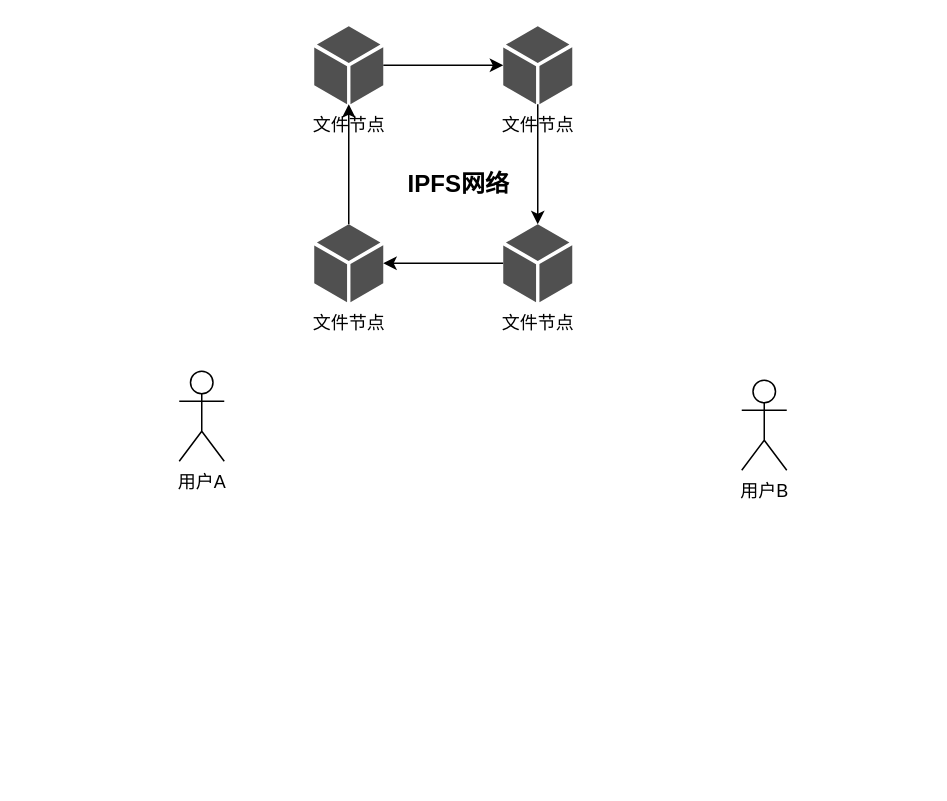
Before: code.drawio in threewebcode/mystack, a draw.io diagram. Source tidied: cells renumbered, new cells numbered last; positions are measured from the earlier drawing's top-left corner, leaving out a move shared by most shapes. Both pictures are drawn from the tidied source at 150%, with x=0, y=0 at pixel (178, 26).
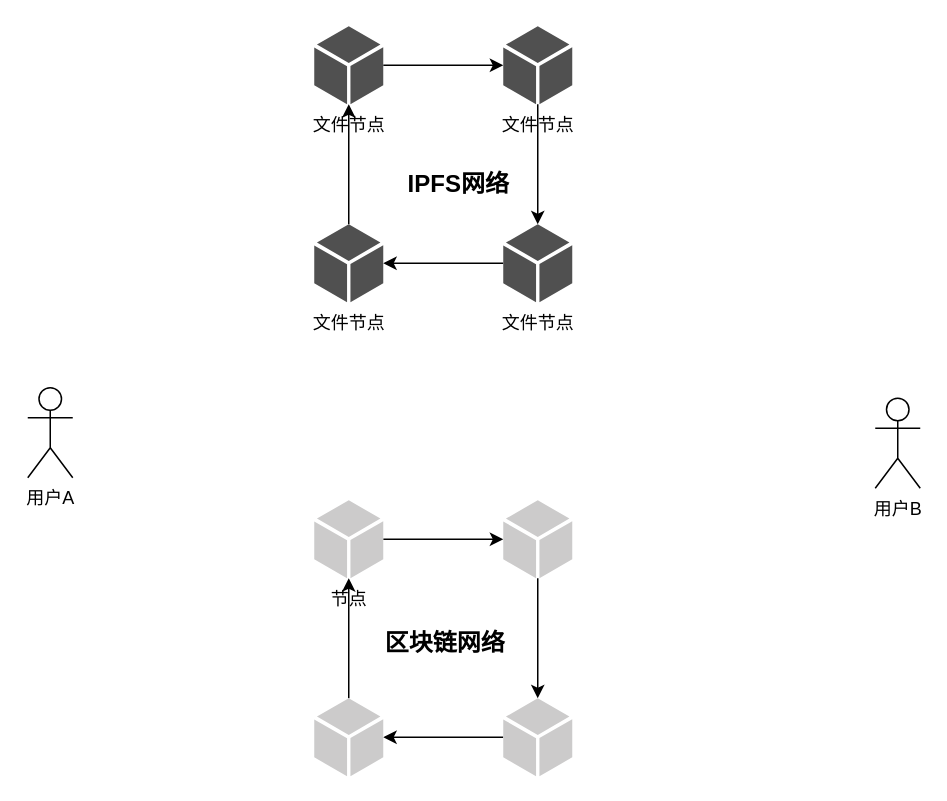
After the change.

What changed in the source:
```diff
@@
     <mxCell id="2" value="用户A" style="shape=umlActor;verticalLabelPosition=bottom;verticalAlign=top;html=1;" parent="1" vertex="1">
-      <mxGeometry y="230" width="30" height="60" as="geometry" />
+      <mxGeometry x="-101" y="241" width="30" height="60" as="geometry" />
     </mxCell>
     <mxCell id="3" value="用户B" style="shape=umlActor;verticalLabelPosition=bottom;verticalAlign=top;html=1;" parent="1" vertex="1">
-      <mxGeometry x="375" y="236" width="30" height="60" as="geometry" />
+      <mxGeometry x="464" y="248" width="30" height="60" as="geometry" />
     </mxCell>
@@
+    <mxCell id="13" style="edgeStyle=orthogonalEdgeStyle;rounded=0;jettySize=auto;html=1;" parent="1" edge="1" source="14" target="16">
+      <mxGeometry relative="1" as="geometry" />
+    </mxCell>
+    <mxCell id="14" value="节点" style="sketch=0;shadow=0;dashed=0;html=1;strokeColor=none;labelPosition=center;verticalLabelPosition=bottom;verticalAlign=top;outlineConnect=0;align=center;shape=mxgraph.office.concepts.node_generic;fillColor=#CCCBCB;" parent="1" vertex="1">
+      <mxGeometry x="90" y="316" width="46" height="52" as="geometry" />
+    </mxCell>
+    <mxCell id="15" style="edgeStyle=orthogonalEdgeStyle;rounded=0;jettySize=auto;html=1;" parent="1" edge="1" source="16" target="18">
+      <mxGeometry relative="1" as="geometry" />
+    </mxCell>
+    <mxCell id="16" style="sketch=0;shadow=0;dashed=0;html=1;strokeColor=none;labelPosition=center;verticalLabelPosition=bottom;verticalAlign=top;outlineConnect=0;align=center;shape=mxgraph.office.concepts.node_generic;fillColor=#CCCBCB;" parent="1" vertex="1">
+      <mxGeometry x="216" y="316" width="46" height="52" as="geometry" />
+    </mxCell>
+    <mxCell id="17" style="edgeStyle=orthogonalEdgeStyle;rounded=0;jettySize=auto;html=1;" parent="1" edge="1" source="18" target="20">
+      <mxGeometry relative="1" as="geometry" />
+    </mxCell>
+    <mxCell id="18" style="sketch=0;shadow=0;dashed=0;html=1;strokeColor=none;labelPosition=center;verticalLabelPosition=bottom;verticalAlign=top;outlineConnect=0;align=center;shape=mxgraph.office.concepts.node_generic;fillColor=#CCCBCB;" parent="1" vertex="1">
+      <mxGeometry x="216" y="448" width="46" height="52" as="geometry" />
+    </mxCell>
+    <mxCell id="19" style="edgeStyle=orthogonalEdgeStyle;rounded=0;jettySize=auto;html=1;" parent="1" edge="1" source="20" target="14">
+      <mxGeometry relative="1" as="geometry" />
+    </mxCell>
+    <mxCell id="20" style="sketch=0;shadow=0;dashed=0;html=1;strokeColor=none;labelPosition=center;verticalLabelPosition=bottom;verticalAlign=top;outlineConnect=0;align=center;shape=mxgraph.office.concepts.node_generic;fillColor=#CCCBCB;" parent="1" vertex="1">
+      <mxGeometry x="90" y="448" width="46" height="52" as="geometry" />
+    </mxCell>
+    <mxCell id="21" value="区块链网络" style="text;html=1;align=center;verticalAlign=middle;strokeColor=none;fillColor=none;fontStyle=1;fontSize=16;" parent="1" vertex="1">
+      <mxGeometry x="122" y="396" width="110" height="30" as="geometry" />
+    </mxCell>
```
